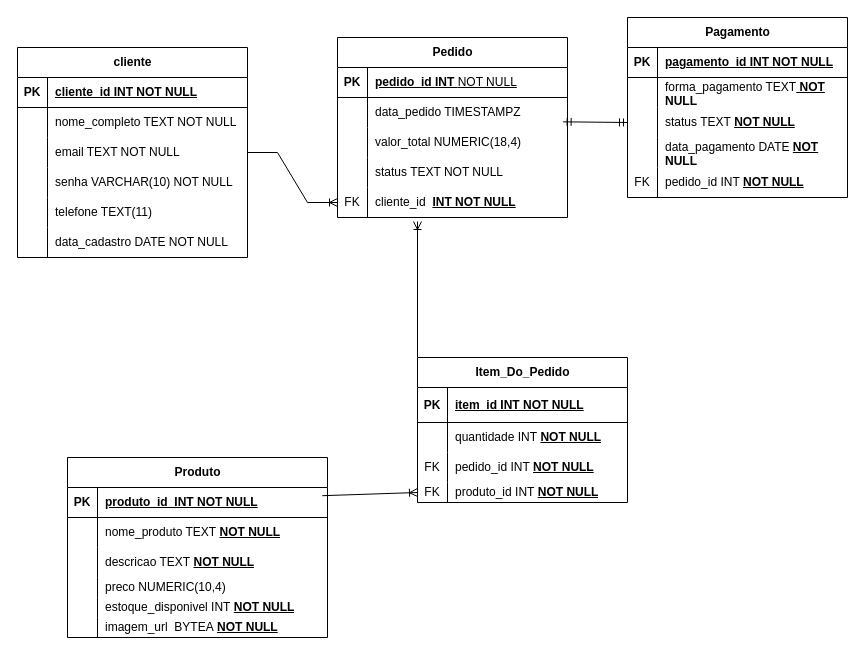
Before: page "Físico - ECommerce" (6 of 6) of Modelagem/Modelagem.drawio in edipocb/Projeto-ECommerce, a draw.io diagram. Source tidied: cells renumbered, new cells numbered last; positions are measured from the earlier drawing's top-left corner, leaving out a move shared by most shapes. Both pictures are drawn from the tidied source at 100%, with x=0, y=0 at pixel (17, 7).
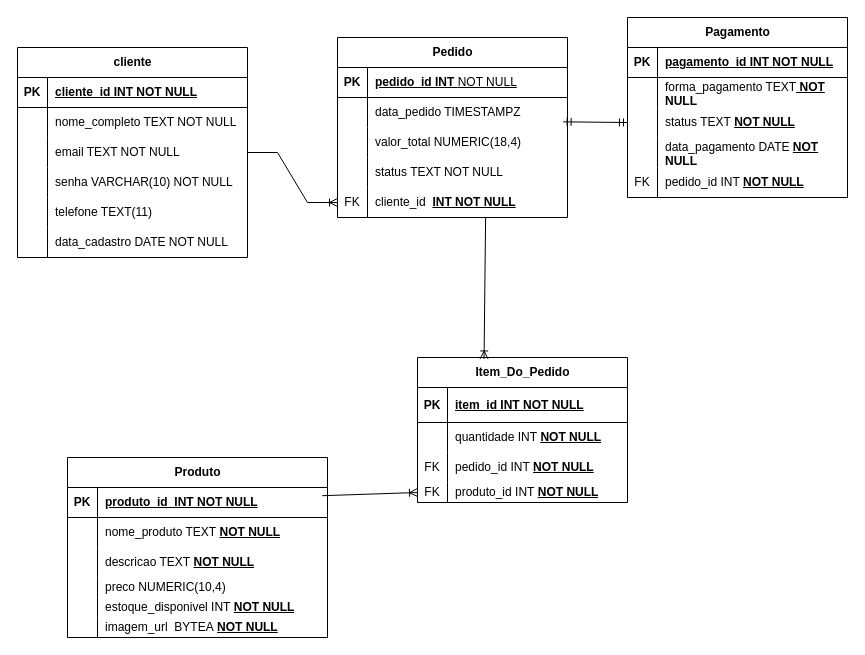
After the change.

Unchanged cells that the change refers to:
```xml
<mxCell id="34" style="shape=tableRow;horizontal=0;startSize=0;swimlaneHead=0;swimlaneBody=0;fillColor=none;points=[[0,0.5],[1,0.5]];portConstraint=eastwest;top=0;left=0;right=0;bottom=0;" parent="21" vertex="1">
  <mxGeometry y="150" width="230" height="30" as="geometry" />
</mxCell>
<mxCell id="54" value="Item_Do_Pedido" style="shape=table;startSize=30;childLayout=tableLayout;rowLines=0;fontStyle=1;align=center;html=1;" parent="1" vertex="1">
  <mxGeometry x="400" y="350" width="210" height="145" as="geometry" />
</mxCell>
```

What changed in the source:
```diff
@@
-    <mxCell id="67" style="fontSize=12;html=1;endArrow=ERoneToMany;rounded=0;exitX=0;exitY=0;exitDx=0;exitDy=0;" parent="1" edge="1" source="54">
-      <mxGeometry relative="1" as="geometry">
-        <mxPoint x="400" y="214" as="targetPoint" />
-      </mxGeometry>
+    <mxCell id="67" style="fontSize=12;html=1;endArrow=ERoneToMany;rounded=0;entryX=0.317;entryY=0.01;entryDx=0;entryDy=0;entryPerimeter=0;exitX=0.644;exitY=0.993;exitDx=0;exitDy=0;exitPerimeter=0;" parent="1" edge="1" source="34" target="54">
+      <mxGeometry relative="1" as="geometry" />
     </mxCell>
```
